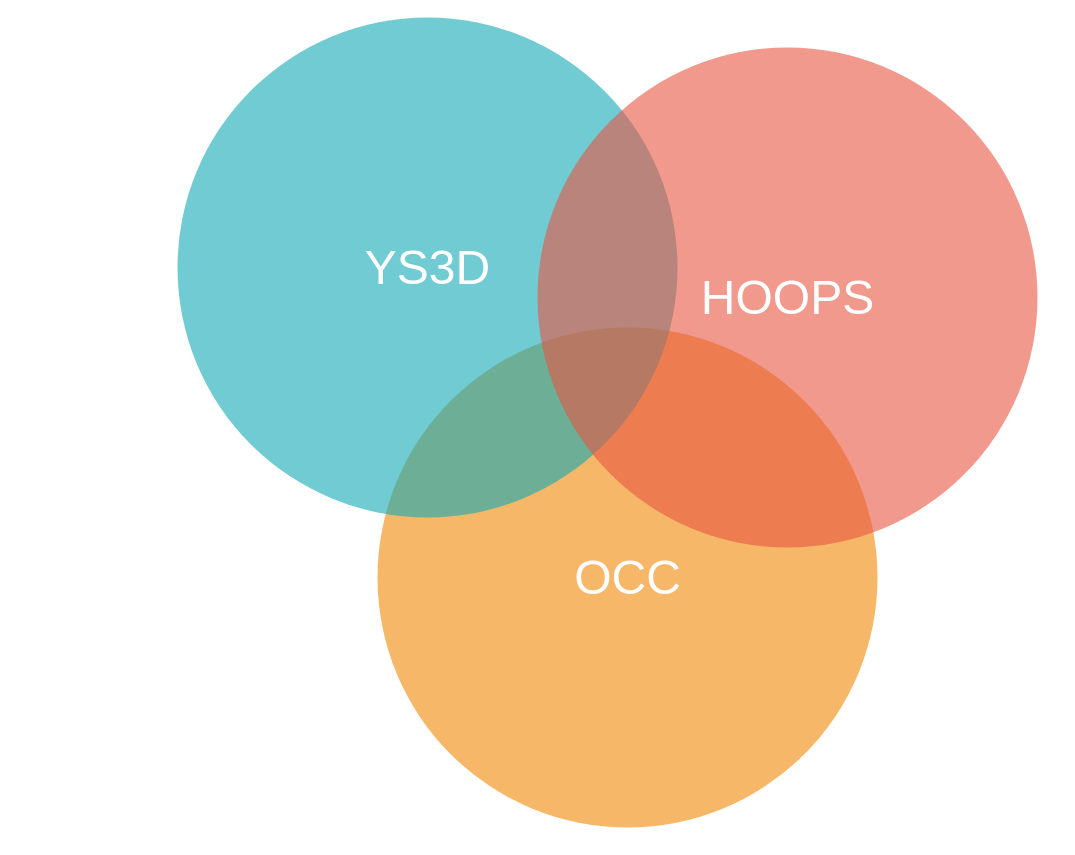
Before: 三维组件2025.5.20.drawio in Harekaze-Misakiakeno/uml, a draw.io diagram. Source tidied: cells renumbered, new cells numbered last; positions are measured from the earlier drawing's top-left corner, leaving out a move shared by most shapes. Both pictures are drawn from the tidied source at 100%, with x=0, y=0 at pixel (177, 17).
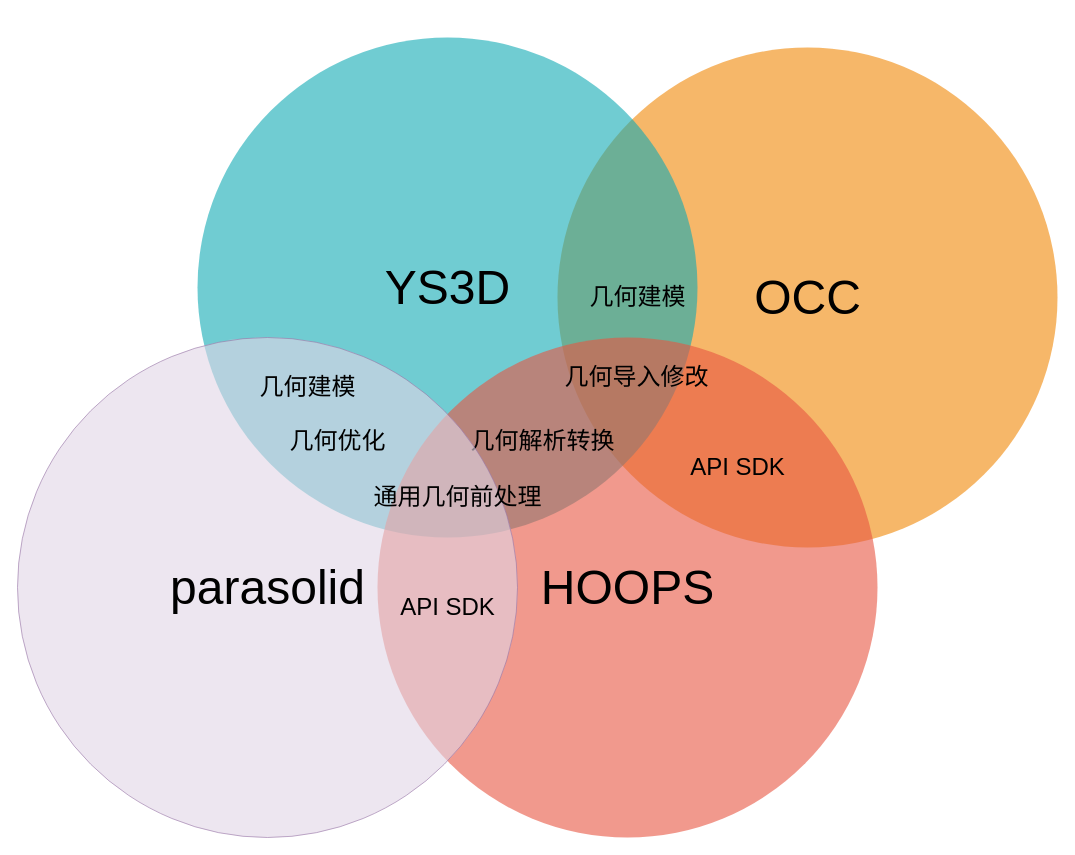
After the change.

Commit message (it also covers changes not shown here):
更新三维组件2025.5.20.drawio

Diff of the diagram source:
```diff
@@
 <mxGraphModel>
   <root>
     <mxCell id="0" />
     <mxCell id="1" parent="0" />
-    <mxCell id="2" value="&lt;font style=&quot;font-size: 48px;&quot;&gt;OCC&lt;/font&gt;" style="ellipse;fillColor=#F08705;opacity=60;strokeColor=none;html=1;fontColor=#FFFFFF;" parent="1" vertex="1">
-      <mxGeometry x="200" y="310" width="500" height="500" as="geometry" />
+    <mxCell id="2" value="&lt;font style=&quot;font-size: 48px;&quot;&gt;OCC&lt;/font&gt;" style="ellipse;fillColor=#F08705;opacity=60;strokeColor=none;html=1;fontColor=#000000;" parent="1" vertex="1">
+      <mxGeometry x="380" y="30" width="500" height="500" as="geometry" />
     </mxCell>
-    <mxCell id="3" value="&lt;font style=&quot;font-size: 48px;&quot;&gt;YS3D&lt;/font&gt;" style="ellipse;fillColor=#12AAB5;opacity=60;strokeColor=none;html=1;fontColor=#FFFFFF;" parent="1" vertex="1">
-      <mxGeometry width="500" height="500" as="geometry" />
+    <mxCell id="3" value="&lt;font style=&quot;font-size: 48px;&quot;&gt;YS3D&lt;/font&gt;" style="ellipse;fillColor=#12AAB5;opacity=60;strokeColor=none;html=1;fontColor=#000000;" parent="1" vertex="1">
+      <mxGeometry x="20" y="20" width="500" height="500" as="geometry" />
     </mxCell>
-    <mxCell id="4" value="&lt;font style=&quot;font-size: 48px;&quot;&gt;HOOPS&lt;/font&gt;" style="ellipse;fillColor=#e85642;opacity=60;strokeColor=none;html=1;fontColor=#FFFFFF;" parent="1" vertex="1">
-      <mxGeometry x="360" y="30" width="500" height="500" as="geometry" />
+    <mxCell id="4" value="&lt;font style=&quot;font-size: 48px;&quot;&gt;HOOPS&lt;/font&gt;" style="ellipse;fillColor=#e85642;opacity=60;strokeColor=none;html=1;fontColor=#000000;" parent="1" vertex="1">
+      <mxGeometry x="200" y="320" width="500" height="500" as="geometry" />
     </mxCell>
+    <mxCell id="5" value="&lt;font style=&quot;font-size: 24px;&quot;&gt;几何解析转换&lt;/font&gt;" style="text;html=1;align=center;verticalAlign=middle;strokeColor=none;fillColor=none;fontColor=#000000;" parent="1" vertex="1">
+      <mxGeometry x="280" y="404" width="170" height="40" as="geometry" />
+    </mxCell>
+    <mxCell id="6" value="&lt;font style=&quot;font-size: 48px;&quot;&gt;parasolid&lt;/font&gt;" style="ellipse;fillColor=#e1d5e7;opacity=60;strokeColor=#9673a6;html=1;fontColor=#000000;" parent="1" vertex="1">
+      <mxGeometry x="-160" y="320" width="500" height="500" as="geometry" />
+    </mxCell>
+    <mxCell id="7" value="&lt;span style=&quot;font-size: 24px;&quot;&gt;几何建模&lt;/span&gt;" style="text;html=1;align=center;verticalAlign=middle;strokeColor=none;fillColor=none;fontColor=#000000;" parent="1" vertex="1">
+      <mxGeometry x="70" y="350" width="120" height="40" as="geometry" />
+    </mxCell>
+    <mxCell id="8" value="&lt;span style=&quot;font-size: 24px;&quot;&gt;几何建模&lt;/span&gt;" style="text;html=1;align=center;verticalAlign=middle;strokeColor=none;fillColor=none;fontColor=#000000;" parent="1" vertex="1">
+      <mxGeometry x="400" y="260" width="120" height="40" as="geometry" />
+    </mxCell>
+    <mxCell id="9" value="&lt;span style=&quot;font-size: 24px;&quot;&gt;几何优化&lt;/span&gt;" style="text;html=1;align=center;verticalAlign=middle;strokeColor=none;fillColor=none;fontColor=#000000;" parent="1" vertex="1">
+      <mxGeometry x="100" y="404" width="120" height="40" as="geometry" />
+    </mxCell>
+    <mxCell id="10" value="&lt;span style=&quot;font-size: 24px;&quot;&gt;通用几何前处理&lt;/span&gt;" style="text;html=1;align=center;verticalAlign=middle;strokeColor=none;fillColor=none;fontColor=#000000;" parent="1" vertex="1">
+      <mxGeometry x="185" y="460" width="190" height="40" as="geometry" />
+    </mxCell>
+    <mxCell id="11" value="&lt;font style=&quot;font-size: 24px;&quot;&gt;几何导入修改&lt;/font&gt;" style="text;html=1;align=center;verticalAlign=middle;strokeColor=none;fillColor=none;fontColor=#000000;" parent="1" vertex="1">
+      <mxGeometry x="374" y="340" width="170" height="40" as="geometry" />
+    </mxCell>
+    <mxCell id="12" value="&lt;span style=&quot;font-size: 24px;&quot;&gt;API&amp;nbsp;SDK&lt;/span&gt;" style="text;html=1;align=center;verticalAlign=middle;strokeColor=none;fillColor=none;fontColor=#000000;" parent="1" vertex="1">
+      <mxGeometry x="210" y="570" width="120" height="40" as="geometry" />
+    </mxCell>
+    <mxCell id="13" value="&lt;span style=&quot;font-size: 24px;&quot;&gt;API&amp;nbsp;SDK&lt;/span&gt;" style="text;html=1;align=center;verticalAlign=middle;strokeColor=none;fillColor=none;fontColor=#000000;" parent="1" vertex="1">
+      <mxGeometry x="500" y="430" width="120" height="40" as="geometry" />
+    </mxCell>
   </root>
 </mxGraphModel>
```
